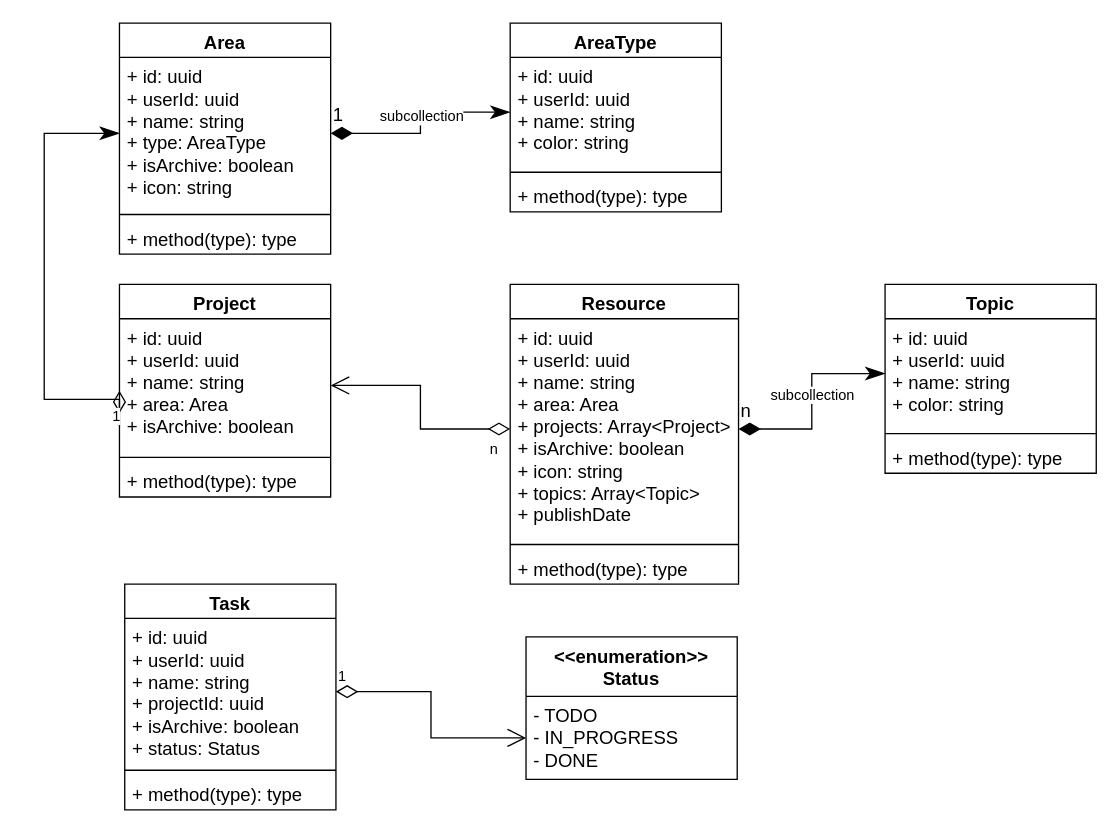
Above: Setala-App.drawio in yogiprsetya/app.diagrams.net (draw.io), before the change. Source tidied: cells renumbered, new cells numbered last; positions are measured from the earlier drawing's top-left corner, leaving out a move shared by most shapes. Both pictures are drawn from the tidied source at 132%, with x=0, y=0 at pixel (44, 22).
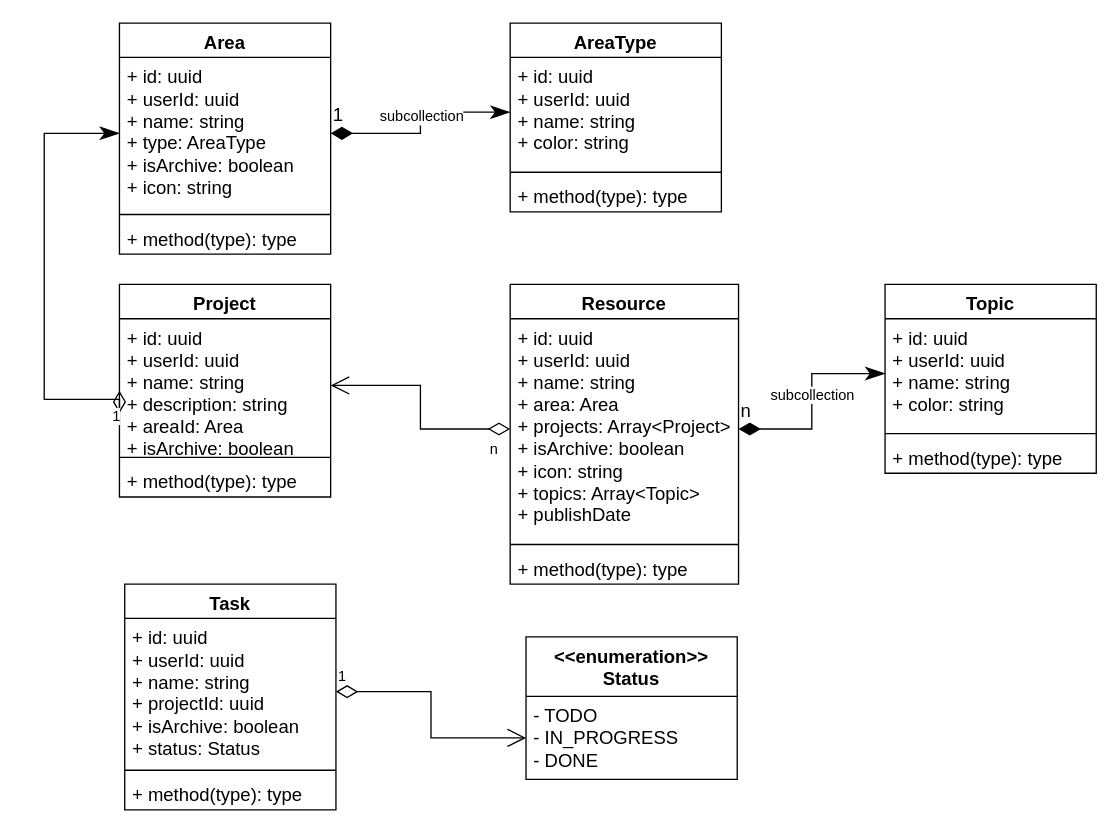
The same page after the edit.

Unchanged cells that the change refers to:
```xml
<mxCell id="12" value="Project" style="swimlane;fontStyle=1;align=center;verticalAlign=top;horizontal=1;startSize=26;whiteSpace=wrap;html=1;fontSize=14;" parent="1" vertex="1">
  <mxGeometry x="57" y="198" width="160" height="161" as="geometry" />
</mxCell>
```

Change to the diagram source:
```diff
@@
-    <mxCell id="13" value="&lt;div style=&quot;font-size: 14px;&quot;&gt;+ id: uuid&lt;/div&gt;&lt;div style=&quot;font-size: 14px;&quot;&gt;+ userId: uuid&lt;br style=&quot;font-size: 14px;&quot;&gt;&lt;/div&gt;+ name: string &lt;br style=&quot;font-size: 14px;&quot;&gt;&lt;div style=&quot;font-size: 14px;&quot;&gt;+ area: Area &lt;br style=&quot;font-size: 14px;&quot;&gt;&lt;/div&gt;&lt;div style=&quot;font-size: 14px;&quot;&gt;+ isArchive: boolean&lt;/div&gt;" style="text;strokeColor=none;fillColor=none;align=left;verticalAlign=top;spacingLeft=4;spacingRight=4;overflow=hidden;points=[[0,0.5],[1,0.5]];portConstraint=eastwest;whiteSpace=wrap;html=1;fontSize=14;" parent="12" vertex="1">
+    <mxCell id="13" value="&lt;div style=&quot;font-size: 14px;&quot;&gt;+ id: uuid&lt;/div&gt;&lt;div style=&quot;font-size: 14px;&quot;&gt;+ userId: uuid&lt;br style=&quot;font-size: 14px;&quot;&gt;&lt;/div&gt;&lt;div&gt;+ name: string&lt;/div&gt;&lt;div&gt;+ description: string&lt;br&gt;&lt;/div&gt;&lt;div style=&quot;font-size: 14px;&quot;&gt;+ areaId: Area &lt;br style=&quot;font-size: 14px;&quot;&gt;&lt;/div&gt;&lt;div style=&quot;font-size: 14px;&quot;&gt;+ isArchive: boolean&lt;/div&gt;" style="text;strokeColor=none;fillColor=none;align=left;verticalAlign=top;spacingLeft=4;spacingRight=4;overflow=hidden;points=[[0,0.5],[1,0.5]];portConstraint=eastwest;whiteSpace=wrap;html=1;fontSize=14;" parent="12" vertex="1">
       <mxGeometry y="26" width="160" height="101" as="geometry" />
     </mxCell>
```
